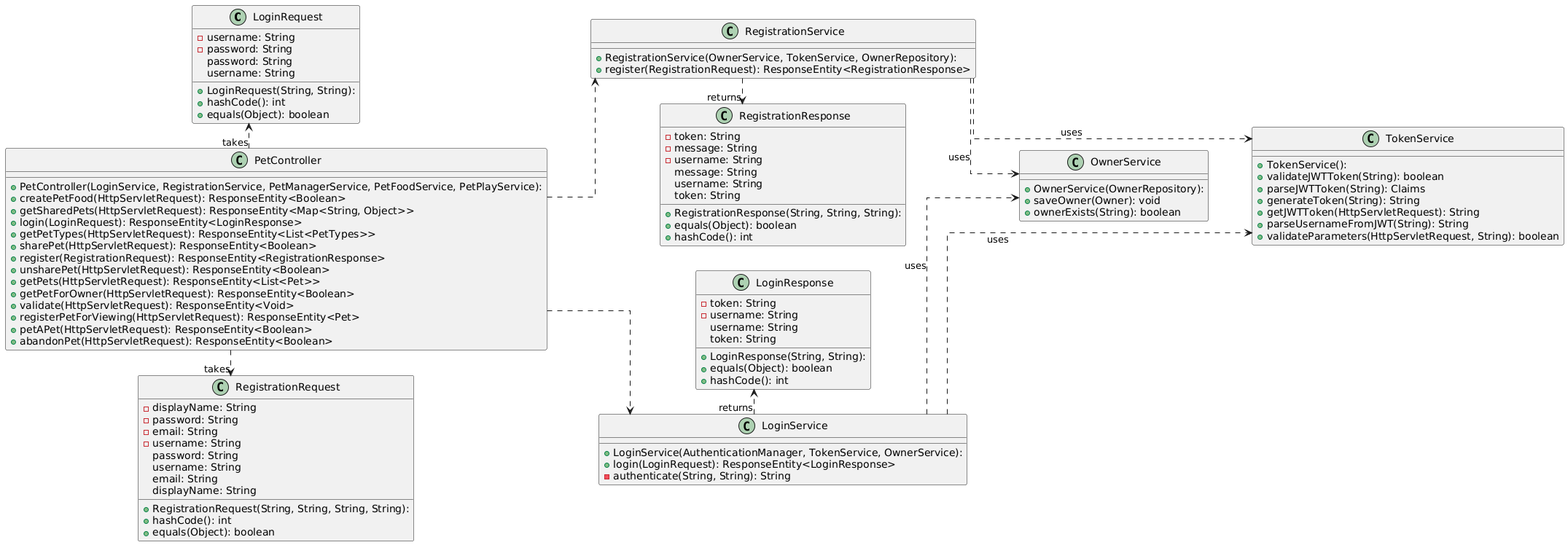
The PlantUML diagram Documents/Class Diagrams/PlantUML/DiagramSnapshots/LoginAndRegistrationDiagram.png in xion1358/seis-739-project-my-pet, before a commit. Its diagram source:
```plantuml
@startuml
left to right direction
skinparam linetype ortho

class LoginRequest {
  + LoginRequest(String, String):
  - username: String
  - password: String
  + hashCode(): int
  + equals(Object): boolean
   password: String
   username: String
}
class LoginResponse {
  + LoginResponse(String, String):
  - token: String
  - username: String
  + equals(Object): boolean
  + hashCode(): int
   username: String
   token: String
}
class LoginService {
  + LoginService(AuthenticationManager, TokenService, OwnerService):
  + login(LoginRequest): ResponseEntity<LoginResponse>
  - authenticate(String, String): String
}
class OwnerService {
  + OwnerService(OwnerRepository):
  + saveOwner(Owner): void
  + ownerExists(String): boolean
}
class PetController {
  + PetController(LoginService, RegistrationService, PetManagerService, PetFoodService, PetPlayService):
  + createPetFood(HttpServletRequest): ResponseEntity<Boolean>
  + getSharedPets(HttpServletRequest): ResponseEntity<Map<String, Object>>
  + login(LoginRequest): ResponseEntity<LoginResponse>
  + getPetTypes(HttpServletRequest): ResponseEntity<List<PetTypes>>
  + sharePet(HttpServletRequest): ResponseEntity<Boolean>
  + register(RegistrationRequest): ResponseEntity<RegistrationResponse>
  + unsharePet(HttpServletRequest): ResponseEntity<Boolean>
  + getPets(HttpServletRequest): ResponseEntity<List<Pet>>
  + getPetForOwner(HttpServletRequest): ResponseEntity<Boolean>
  + validate(HttpServletRequest): ResponseEntity<Void>
  + registerPetForViewing(HttpServletRequest): ResponseEntity<Pet>
  + petAPet(HttpServletRequest): ResponseEntity<Boolean>
  + abandonPet(HttpServletRequest): ResponseEntity<Boolean>
}
class RegistrationRequest {
  + RegistrationRequest(String, String, String, String):
  - displayName: String
  - password: String
  - email: String
  - username: String
  + hashCode(): int
  + equals(Object): boolean
   password: String
   username: String
   email: String
   displayName: String
}
class RegistrationResponse {
  + RegistrationResponse(String, String, String):
  - token: String
  - message: String
  - username: String
  + equals(Object): boolean
  + hashCode(): int
   message: String
   username: String
   token: String
}
class RegistrationService {
  + RegistrationService(OwnerService, TokenService, OwnerRepository):
  + register(RegistrationRequest): ResponseEntity<RegistrationResponse>
}
class TokenService {
  + TokenService():
  + validateJWTToken(String): boolean
  + parseJWTToken(String): Claims
  + generateToken(String): String
  + getJWTToken(HttpServletRequest): String
  + parseUsernameFromJWT(String): String
  + validateParameters(HttpServletRequest, String): boolean
}

RegistrationRequest -[hidden]left- PetController
LoginRequest -[hidden]right- PetController

OwnerService -[hidden]down- TokenService

RegistrationResponse -[hidden]left- RegistrationService
LoginResponse -[hidden]right- LoginService

PetController ..> RegistrationRequest : takes
PetController ..> LoginRequest        : takes

LoginService          ..>  LoginResponse        : returns
LoginService         ..>  OwnerService         : uses
LoginService         ..>  TokenService         : uses
PetController        ..>  LoginService
PetController        ..>  RegistrationService
RegistrationService  ..>  OwnerService         : uses
RegistrationService   ..>  RegistrationResponse : returns
RegistrationService  ..>  TokenService         : uses
@enduml
```
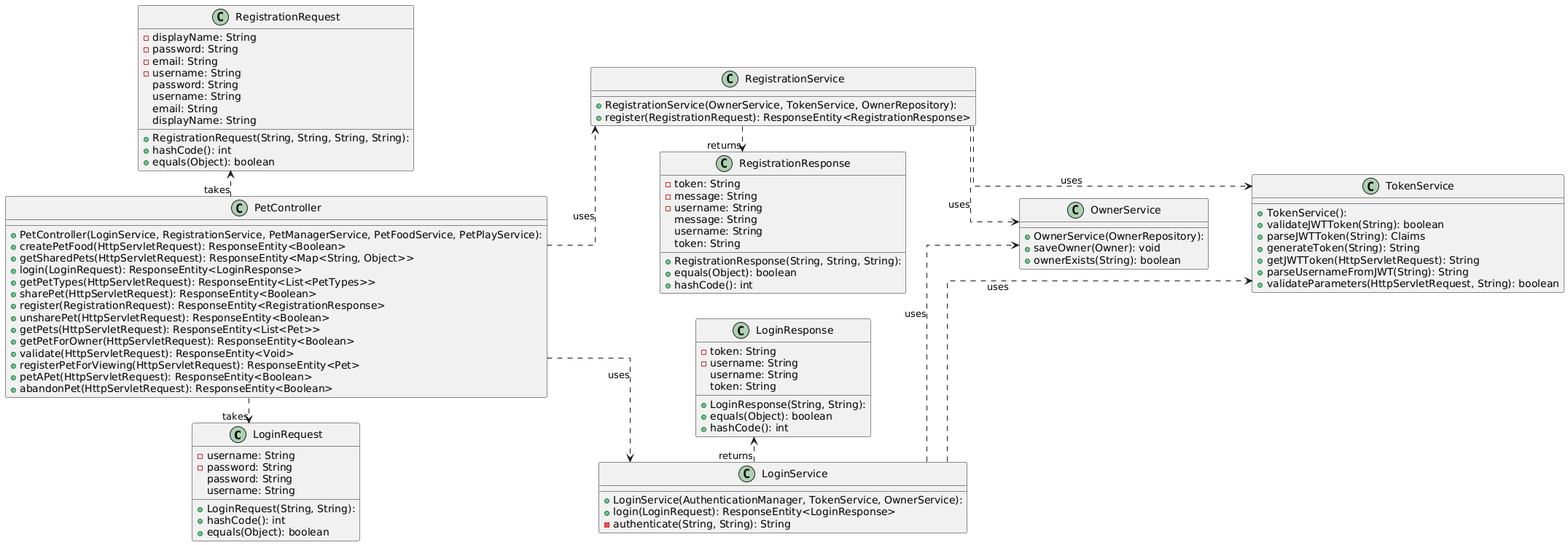
Above is the later version.

Commit message:
Fixed entities and login/registration diagrams

Diff of the diagram source:
```diff
@@ -84,8 +84,8 @@
   + validateParameters(HttpServletRequest, String): boolean
 }
 
-RegistrationRequest -[hidden]left- PetController
-LoginRequest -[hidden]right- PetController
+RegistrationRequest -[hidden]right- PetController
+LoginRequest -[hidden]left- PetController
 
 OwnerService -[hidden]down- TokenService
 
@@ -98,8 +98,8 @@
 LoginService          ..>  LoginResponse        : returns
 LoginService         ..>  OwnerService         : uses
 LoginService         ..>  TokenService         : uses
-PetController        ..>  LoginService
-PetController        ..>  RegistrationService
+PetController        ..>  LoginService         : uses
+PetController        ..>  RegistrationService  : uses
 RegistrationService  ..>  OwnerService         : uses
 RegistrationService   ..>  RegistrationResponse : returns
 RegistrationService  ..>  TokenService         : uses
```
